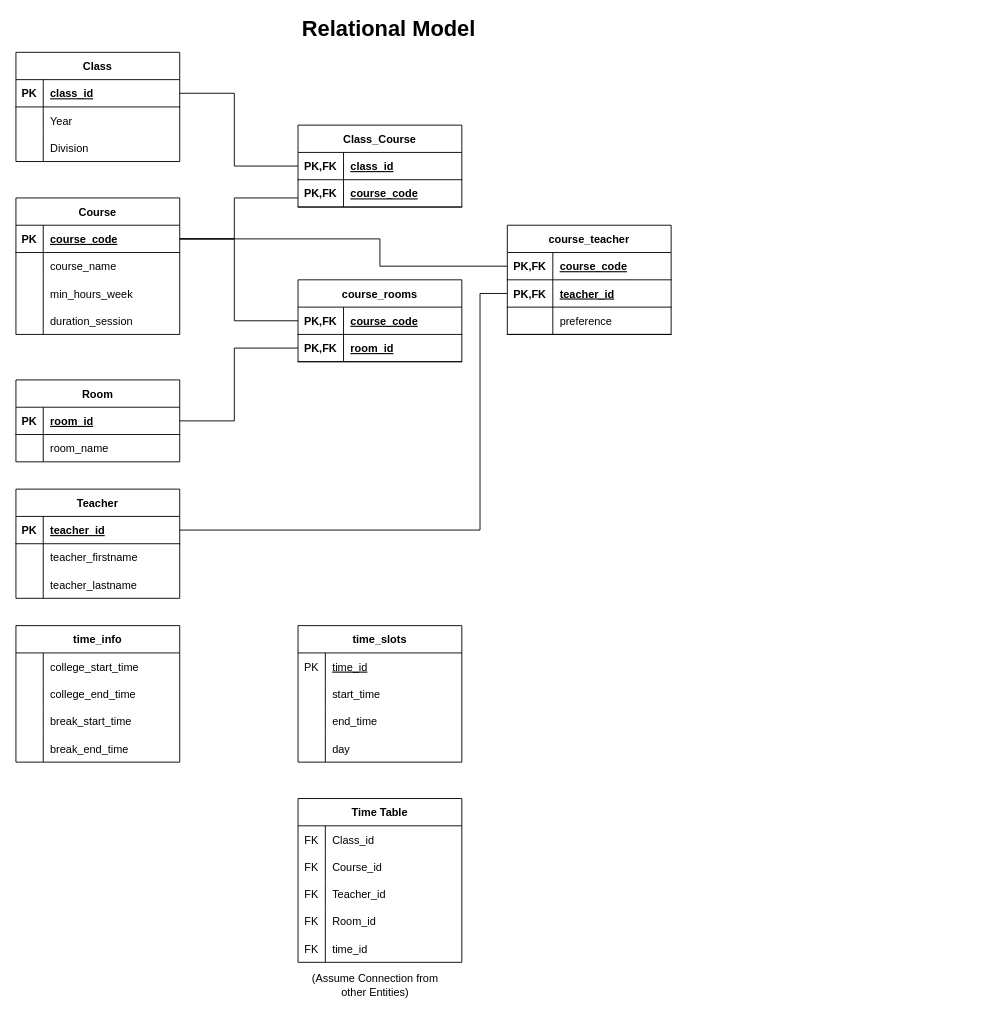
Before: Database/Relational Model.drawio in parmar-mohit/Automated_Time_Table_Scheduler, a draw.io diagram. Source tidied: cells renumbered, new cells numbered last; positions are measured from the earlier drawing's top-left corner, leaving out a move shared by most shapes. Both pictures are drawn from the tidied source at 91%, with x=0, y=0 at pixel (15, 15).
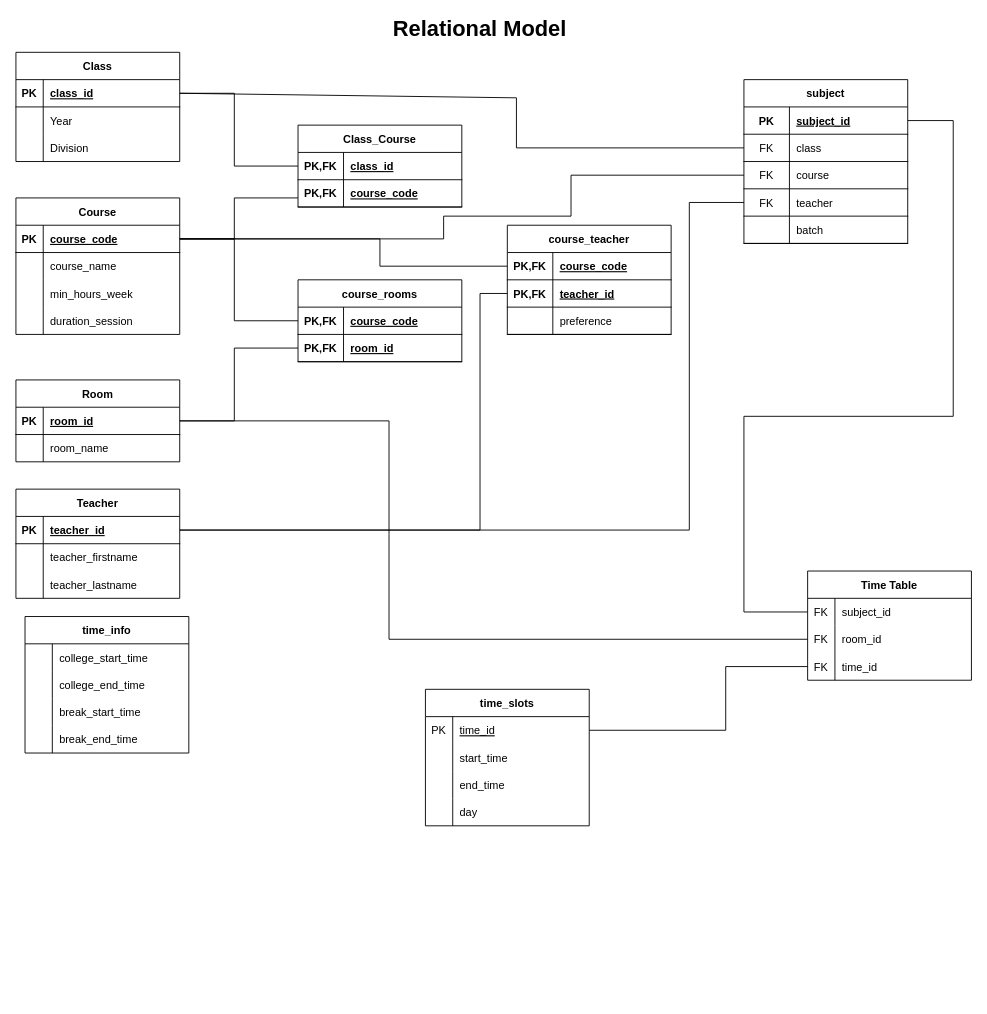
After the change.

The change refers to these unchanged cells:
```xml
<mxCell id="4" style="shape=tableRow;horizontal=0;startSize=0;swimlaneHead=0;swimlaneBody=0;fillColor=none;points=[[0,0.5],[1,0.5]];portConstraint=eastwest;top=0;left=0;right=0;bottom=1;fontSize=24;" parent="3" vertex="1">
  <mxGeometry y="30" width="180" height="30" as="geometry" />
</mxCell>
<mxCell id="14" style="shape=tableRow;horizontal=0;startSize=0;swimlaneHead=0;swimlaneBody=0;fillColor=none;points=[[0,0.5],[1,0.5]];portConstraint=eastwest;top=0;left=0;right=0;bottom=1;fontSize=24;" parent="13" vertex="1">
  <mxGeometry y="30" width="180" height="30" as="geometry" />
</mxCell>
<mxCell id="27" style="shape=tableRow;horizontal=0;startSize=0;swimlaneHead=0;swimlaneBody=0;fillColor=none;points=[[0,0.5],[1,0.5]];portConstraint=eastwest;top=0;left=0;right=0;bottom=1;fontSize=24;" parent="26" vertex="1">
  <mxGeometry y="30" width="180" height="30" as="geometry" />
</mxCell>
<mxCell id="34" style="shape=tableRow;horizontal=0;startSize=0;swimlaneHead=0;swimlaneBody=0;fillColor=none;points=[[0,0.5],[1,0.5]];portConstraint=eastwest;top=0;left=0;right=0;bottom=1;fontSize=24;" parent="33" vertex="1">
  <mxGeometry y="30" width="180" height="30" as="geometry" />
</mxCell>
<mxCell id="104" style="shape=tableRow;horizontal=0;startSize=0;swimlaneHead=0;swimlaneBody=0;fillColor=none;points=[[0,0.5],[1,0.5]];portConstraint=eastwest;top=0;left=0;right=0;bottom=0;fontSize=24;" parent="103" vertex="1">
  <mxGeometry y="30" width="180" height="30" as="geometry" />
</mxCell>
```

Change to the diagram source:
```diff
@@
     <mxCell id="2" value="&lt;b&gt;&lt;font style=&quot;font-size: 24px;&quot;&gt;Relational Model&lt;/font&gt;&lt;/b&gt;" style="text;html=1;strokeColor=none;fillColor=none;align=center;verticalAlign=middle;whiteSpace=wrap;rounded=0;" parent="1" vertex="1">
-      <mxGeometry x="270" width="280" height="30" as="geometry" />
+      <mxGeometry x="370" width="280" height="30" as="geometry" />
     </mxCell>
@@
     <mxCell id="73" value="time_info" style="shape=table;startSize=30;childLayout=tableLayout;rowLines=0;fontStyle=1;align=center;fontSize=12;" parent="1" vertex="1">
-      <mxGeometry y="670" width="180" height="150" as="geometry" />
+      <mxGeometry x="10" y="660" width="180" height="150" as="geometry" />
     </mxCell>
@@
     <mxCell id="86" value="Time Table" style="shape=table;startSize=30;childLayout=tableLayout;rowLines=0;fontStyle=1;align=center;fontSize=12;" parent="1" vertex="1">
-      <mxGeometry x="310" y="860" width="180" height="180" as="geometry" />
+      <mxGeometry x="870" y="610" width="180" height="120" as="geometry" />
     </mxCell>
-    <mxCell id="87" style="shape=tableRow;horizontal=0;startSize=0;swimlaneHead=0;swimlaneBody=0;fillColor=none;top=0;left=0;right=0;bottom=0;fontSize=24;" parent="86" vertex="1">
-      <mxGeometry y="30" width="180" height="30" as="geometry" />
-    </mxCell>
-    <mxCell id="88" value="FK" style="shape=partialRectangle;fillColor=none;top=0;left=0;bottom=0;right=0;overflow=hidden;fontSize=12;" parent="87" vertex="1">
-      <mxGeometry width="30" height="30" as="geometry" />
-    </mxCell>
-    <mxCell id="89" value="Class_id" style="shape=partialRectangle;fillColor=none;top=0;left=0;bottom=0;right=0;align=left;spacingLeft=6;overflow=hidden;fontSize=12;" parent="87" vertex="1">
-      <mxGeometry x="30" width="150" height="30" as="geometry" />
-    </mxCell>
-    <mxCell id="90" style="shape=tableRow;horizontal=0;startSize=0;swimlaneHead=0;swimlaneBody=0;fillColor=none;points=[[0,0.5],[1,0.5]];portConstraint=eastwest;top=0;left=0;right=0;bottom=0;fontSize=24;" parent="86" vertex="1">
-      <mxGeometry y="60" width="180" height="30" as="geometry" />
-    </mxCell>
-    <mxCell id="91" value="FK" style="shape=partialRectangle;fillColor=none;top=0;left=0;bottom=0;right=0;overflow=hidden;fontSize=12;" parent="90" vertex="1">
-      <mxGeometry width="30" height="30" as="geometry" />
-    </mxCell>
-    <mxCell id="92" value="Course_id" style="shape=partialRectangle;fillColor=none;top=0;left=0;bottom=0;right=0;align=left;spacingLeft=6;overflow=hidden;fontSize=12;" parent="90" vertex="1">
-      <mxGeometry x="30" width="150" height="30" as="geometry" />
-    </mxCell>
-    <mxCell id="93" style="shape=tableRow;horizontal=0;startSize=0;swimlaneHead=0;swimlaneBody=0;fillColor=none;top=0;left=0;right=0;bottom=0;fontSize=24;" parent="86" vertex="1">
-      <mxGeometry y="90" width="180" height="30" as="geometry" />
-    </mxCell>
-    <mxCell id="94" value="FK" style="shape=partialRectangle;fillColor=none;top=0;left=0;bottom=0;right=0;overflow=hidden;fontSize=12;" parent="93" vertex="1">
-      <mxGeometry width="30" height="30" as="geometry" />
-    </mxCell>
-    <mxCell id="95" value="Teacher_id" style="shape=partialRectangle;fillColor=none;top=0;left=0;bottom=0;right=0;align=left;spacingLeft=6;overflow=hidden;fontSize=12;" parent="93" vertex="1">
-      <mxGeometry x="30" width="150" height="30" as="geometry" />
-    </mxCell>
     <mxCell id="96" style="shape=tableRow;horizontal=0;startSize=0;swimlaneHead=0;swimlaneBody=0;fillColor=none;points=[[0,0.5],[1,0.5]];portConstraint=eastwest;top=0;left=0;right=0;bottom=0;fontSize=24;" parent="86" vertex="1">
-      <mxGeometry y="120" width="180" height="30" as="geometry" />
+      <mxGeometry y="30" width="180" height="30" as="geometry" />
     </mxCell>
@@
-    <mxCell id="98" value="Room_id" style="shape=partialRectangle;fillColor=none;top=0;left=0;bottom=0;right=0;align=left;spacingLeft=6;overflow=hidden;fontSize=12;" parent="96" vertex="1">
+    <mxCell id="98" value="subject_id" style="shape=partialRectangle;fillColor=none;top=0;left=0;bottom=0;right=0;align=left;spacingLeft=6;overflow=hidden;fontSize=12;" parent="96" vertex="1">
       <mxGeometry x="30" width="150" height="30" as="geometry" />
     </mxCell>
+    <mxCell id="90" style="shape=tableRow;horizontal=0;startSize=0;swimlaneHead=0;swimlaneBody=0;fillColor=none;points=[[0,0.5],[1,0.5]];portConstraint=eastwest;top=0;left=0;right=0;bottom=0;fontSize=24;" parent="86" vertex="1">
+      <mxGeometry y="60" width="180" height="30" as="geometry" />
+    </mxCell>
+    <mxCell id="116" value="FK" style="shape=partialRectangle;fillColor=none;top=0;left=0;bottom=0;right=0;overflow=hidden;fontSize=12;" parent="90" vertex="1">
+      <mxGeometry width="30" height="30" as="geometry" />
+    </mxCell>
+    <mxCell id="117" value="room_id" style="shape=partialRectangle;fillColor=none;top=0;left=0;bottom=0;right=0;align=left;spacingLeft=6;overflow=hidden;fontSize=12;" parent="90" vertex="1">
+      <mxGeometry x="30" width="150" height="30" as="geometry" />
+    </mxCell>
     <mxCell id="99" style="shape=tableRow;horizontal=0;startSize=0;swimlaneHead=0;swimlaneBody=0;fillColor=none;points=[[0,0.5],[1,0.5]];portConstraint=eastwest;top=0;left=0;right=0;bottom=0;fontSize=24;" parent="86" vertex="1">
-      <mxGeometry y="150" width="180" height="30" as="geometry" />
+      <mxGeometry y="90" width="180" height="30" as="geometry" />
     </mxCell>
@@
-    <mxCell id="102" value="(Assume Connection from other Entities)" style="text;html=1;strokeColor=none;fillColor=none;align=center;verticalAlign=middle;whiteSpace=wrap;rounded=0;fontSize=12;" parent="1" vertex="1">
-      <mxGeometry x="320" y="1050" width="150" height="30" as="geometry" />
-    </mxCell>
     <mxCell id="103" value="time_slots" style="shape=table;startSize=30;childLayout=tableLayout;rowLines=0;fontStyle=1;align=center;fontSize=12;" parent="1" vertex="1">
-      <mxGeometry x="310" y="670" width="180" height="150" as="geometry" />
+      <mxGeometry x="450" y="740" width="180" height="150" as="geometry" />
     </mxCell>
@@
+    <mxCell id="118" value="subject" style="shape=table;startSize=30;childLayout=tableLayout;rowLines=0;fontStyle=1;align=center;fontSize=12;" parent="1" vertex="1">
+      <mxGeometry x="800" y="70" width="180" height="180" as="geometry" />
+    </mxCell>
+    <mxCell id="119" style="shape=tableRow;horizontal=0;startSize=0;swimlaneHead=0;swimlaneBody=0;fillColor=none;points=[[0,0.5],[1,0.5]];portConstraint=eastwest;top=0;left=0;right=0;bottom=1;fontSize=24;" parent="118" vertex="1">
+      <mxGeometry y="30" width="180" height="30" as="geometry" />
+    </mxCell>
+    <mxCell id="120" value="PK" style="shape=partialRectangle;fillColor=none;top=0;left=0;bottom=0;right=0;fontStyle=1;overflow=hidden;fontSize=12;" parent="119" vertex="1">
+      <mxGeometry width="50" height="30" as="geometry" />
+    </mxCell>
+    <mxCell id="121" value="subject_id" style="shape=partialRectangle;fillColor=none;top=0;left=0;bottom=0;right=0;align=left;spacingLeft=6;fontStyle=5;overflow=hidden;fontSize=12;" parent="119" vertex="1">
+      <mxGeometry x="50" width="130" height="30" as="geometry" />
+    </mxCell>
+    <mxCell id="122" style="shape=tableRow;horizontal=0;startSize=0;swimlaneHead=0;swimlaneBody=0;fillColor=none;points=[[0,0.5],[1,0.5]];portConstraint=eastwest;top=0;left=0;right=0;bottom=1;fontSize=24;" parent="118" vertex="1">
+      <mxGeometry y="60" width="180" height="30" as="geometry" />
+    </mxCell>
+    <mxCell id="123" value="FK" style="shape=partialRectangle;fillColor=none;top=0;left=0;bottom=0;right=0;fontStyle=0;overflow=hidden;fontSize=12;" parent="122" vertex="1">
+      <mxGeometry width="50" height="30" as="geometry" />
+    </mxCell>
+    <mxCell id="124" value="class" style="shape=partialRectangle;fillColor=none;top=0;left=0;bottom=0;right=0;align=left;spacingLeft=6;fontStyle=0;overflow=hidden;fontSize=12;" parent="122" vertex="1">
+      <mxGeometry x="50" width="130" height="30" as="geometry" />
+    </mxCell>
+    <mxCell id="125" style="shape=tableRow;horizontal=0;startSize=0;swimlaneHead=0;swimlaneBody=0;fillColor=none;points=[[0,0.5],[1,0.5]];portConstraint=eastwest;top=0;left=0;right=0;bottom=1;fontSize=24;" parent="118" vertex="1">
+      <mxGeometry y="90" width="180" height="30" as="geometry" />
+    </mxCell>
+    <mxCell id="126" value="FK" style="shape=partialRectangle;fillColor=none;top=0;left=0;bottom=0;right=0;fontStyle=0;overflow=hidden;fontSize=12;" parent="125" vertex="1">
+      <mxGeometry width="50" height="30" as="geometry" />
+    </mxCell>
+    <mxCell id="127" value="course" style="shape=partialRectangle;fillColor=none;top=0;left=0;bottom=0;right=0;align=left;spacingLeft=6;fontStyle=0;overflow=hidden;fontSize=12;" parent="125" vertex="1">
+      <mxGeometry x="50" width="130" height="30" as="geometry" />
+    </mxCell>
+    <mxCell id="128" style="shape=tableRow;horizontal=0;startSize=0;swimlaneHead=0;swimlaneBody=0;fillColor=none;points=[[0,0.5],[1,0.5]];portConstraint=eastwest;top=0;left=0;right=0;bottom=1;fontSize=24;" parent="118" vertex="1">
+      <mxGeometry y="120" width="180" height="30" as="geometry" />
+    </mxCell>
+    <mxCell id="129" value="FK" style="shape=partialRectangle;fillColor=none;top=0;left=0;bottom=0;right=0;fontStyle=0;overflow=hidden;fontSize=12;" parent="128" vertex="1">
+      <mxGeometry width="50" height="30" as="geometry" />
+    </mxCell>
+    <mxCell id="130" value="teacher" style="shape=partialRectangle;fillColor=none;top=0;left=0;bottom=0;right=0;align=left;spacingLeft=6;fontStyle=0;overflow=hidden;fontSize=12;" parent="128" vertex="1">
+      <mxGeometry x="50" width="130" height="30" as="geometry" />
+    </mxCell>
+    <mxCell id="131" style="shape=tableRow;horizontal=0;startSize=0;swimlaneHead=0;swimlaneBody=0;fillColor=none;top=0;left=0;right=0;bottom=1;fontSize=24;" parent="118" vertex="1">
+      <mxGeometry y="150" width="180" height="30" as="geometry" />
+    </mxCell>
+    <mxCell id="132" style="shape=partialRectangle;fillColor=none;top=0;left=0;bottom=0;right=0;fontStyle=0;overflow=hidden;fontSize=12;" parent="131" vertex="1">
+      <mxGeometry width="50" height="30" as="geometry" />
+    </mxCell>
+    <mxCell id="133" value="batch" style="shape=partialRectangle;fillColor=none;top=0;left=0;bottom=0;right=0;align=left;spacingLeft=6;fontStyle=0;overflow=hidden;fontSize=12;" parent="131" vertex="1">
+      <mxGeometry x="50" width="130" height="30" as="geometry" />
+    </mxCell>
+    <mxCell id="134" style="endArrow=none;html=1;rounded=0;entryX=0;entryY=0.5;entryDx=0;entryDy=0;exitX=1;exitY=0.5;exitDx=0;exitDy=0;" parent="1" edge="1" source="4" target="122">
+      <mxGeometry relative="1" as="geometry">
+        <Array as="points">
+          <mxPoint x="550" y="90" />
+          <mxPoint x="550" y="145" />
+        </Array>
+      </mxGeometry>
+    </mxCell>
+    <mxCell id="135" style="endArrow=none;html=1;rounded=0;entryX=0;entryY=0.5;entryDx=0;entryDy=0;exitX=1;exitY=0.5;exitDx=0;exitDy=0;" parent="1" edge="1" source="14" target="125">
+      <mxGeometry relative="1" as="geometry">
+        <Array as="points">
+          <mxPoint x="470" y="245" />
+          <mxPoint x="470" y="220" />
+          <mxPoint x="610" y="220" />
+          <mxPoint x="610" y="175" />
+        </Array>
+      </mxGeometry>
+    </mxCell>
+    <mxCell id="136" style="endArrow=none;html=1;rounded=0;entryX=0;entryY=0.5;entryDx=0;entryDy=0;exitX=1;exitY=0.5;exitDx=0;exitDy=0;" parent="1" edge="1" source="34" target="128">
+      <mxGeometry relative="1" as="geometry">
+        <Array as="points">
+          <mxPoint x="740" y="565" />
+          <mxPoint x="740" y="205" />
+        </Array>
+      </mxGeometry>
+    </mxCell>
+    <mxCell id="137" style="endArrow=none;html=1;rounded=0;entryX=0;entryY=0.5;entryDx=0;entryDy=0;exitX=1;exitY=0.5;exitDx=0;exitDy=0;" parent="1" edge="1" source="104" target="99">
+      <mxGeometry relative="1" as="geometry">
+        <Array as="points">
+          <mxPoint x="780" y="785" />
+          <mxPoint x="780" y="715" />
+        </Array>
+      </mxGeometry>
+    </mxCell>
+    <mxCell id="138" style="endArrow=none;html=1;rounded=0;entryX=1;entryY=0.5;entryDx=0;entryDy=0;exitX=0;exitY=0.5;exitDx=0;exitDy=0;" parent="1" edge="1" source="96" target="119">
+      <mxGeometry relative="1" as="geometry">
+        <Array as="points">
+          <mxPoint x="800" y="655" />
+          <mxPoint x="800" y="440" />
+          <mxPoint x="1030" y="440" />
+          <mxPoint x="1030" y="115" />
+        </Array>
+      </mxGeometry>
+    </mxCell>
+    <mxCell id="139" style="endArrow=none;html=1;rounded=0;exitX=1;exitY=0.5;exitDx=0;exitDy=0;entryX=0;entryY=0.5;entryDx=0;entryDy=0;" parent="1" edge="1" source="27" target="90">
+      <mxGeometry relative="1" as="geometry">
+        <Array as="points">
+          <mxPoint x="410" y="445" />
+          <mxPoint x="410" y="570" />
+          <mxPoint x="410" y="685" />
+        </Array>
+      </mxGeometry>
+    </mxCell>
```
